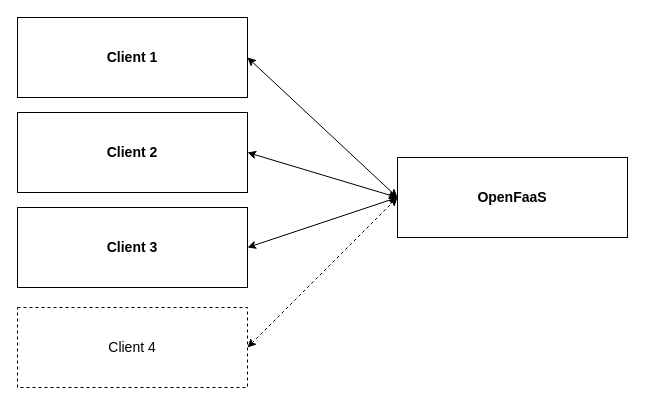
The draw.io diagram drawio/OpenFaaSClients.drawio in JadKHaddad/Openfaas-Performance-Testing-as-a-Service, before the edit. Source tidied: cells renumbered, new cells numbered last; positions are measured from the earlier drawing's top-left corner, leaving out a move shared by most shapes. Both pictures are drawn from the tidied source at 100%, with x=0, y=0 at pixel (17, 17).
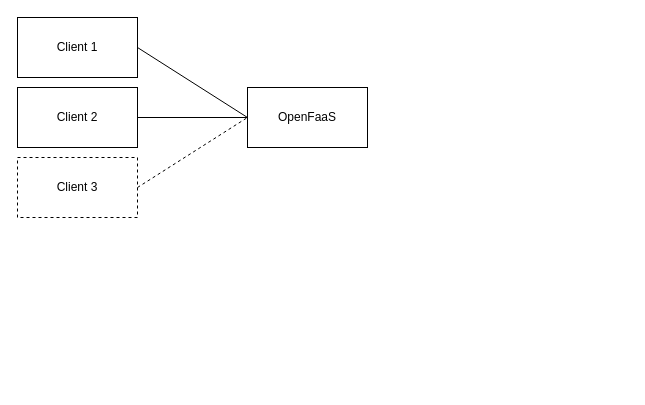
The same diagram, later.

The edit, as a diff of the source:
```diff
@@
 <mxGraphModel>
   <root>
     <mxCell id="0" />
     <mxCell id="1" parent="0" />
+    <mxCell id="5" value="OpenFaaS" style="rounded=0;whiteSpace=wrap;html=1;fillColor=none;" parent="1" vertex="1">
+      <mxGeometry x="230" y="70" width="120" height="60" as="geometry" />
+    </mxCell>
-    <mxCell id="2" value="Client 1" style="rounded=0;whiteSpace=wrap;html=1;fontStyle=1;fontSize=14;fillColor=none;" parent="1" vertex="1">
-      <mxGeometry width="230" height="80" as="geometry" />
+    <mxCell id="2" value="Client 1" style="rounded=0;whiteSpace=wrap;html=1;fillColor=none;" parent="1" vertex="1">
+      <mxGeometry width="120" height="60" as="geometry" />
     </mxCell>
-    <mxCell id="3" value="Client 2" style="rounded=0;whiteSpace=wrap;html=1;fontStyle=1;fontSize=14;fillColor=none;" parent="1" vertex="1">
-      <mxGeometry y="95" width="230" height="80" as="geometry" />
+    <mxCell id="3" value="Client 2" style="rounded=0;whiteSpace=wrap;html=1;fillColor=none;" parent="1" vertex="1">
+      <mxGeometry y="70" width="120" height="60" as="geometry" />
     </mxCell>
-    <mxCell id="4" value="Client 3" style="rounded=0;whiteSpace=wrap;html=1;fontStyle=1;fontSize=14;fillColor=none;" parent="1" vertex="1">
-      <mxGeometry y="190" width="230" height="80" as="geometry" />
+    <mxCell id="4" value="Client 3" style="rounded=0;whiteSpace=wrap;html=1;fillColor=none;dashed=1;" parent="1" vertex="1">
+      <mxGeometry y="140" width="120" height="60" as="geometry" />
     </mxCell>
-    <mxCell id="5" value="OpenFaaS" style="rounded=0;whiteSpace=wrap;html=1;fontStyle=1;fontSize=14;fillColor=none;" parent="1" vertex="1">
-      <mxGeometry x="380" y="140" width="230" height="80" as="geometry" />
-    </mxCell>
-    <mxCell id="6" style="endArrow=classic;startArrow=classic;html=1;rounded=0;fontSize=14;entryX=0;entryY=0.5;entryDx=0;entryDy=0;exitX=1;exitY=0.5;exitDx=0;exitDy=0;" parent="1" edge="1" source="2" target="5">
+    <mxCell id="6" style="endArrow=none;html=1;rounded=0;exitX=1;exitY=0.5;exitDx=0;exitDy=0;entryX=0;entryY=0.5;entryDx=0;entryDy=0;" parent="1" edge="1" source="2" target="5">
       <mxGeometry relative="1" as="geometry" />
     </mxCell>
-    <mxCell id="7" style="endArrow=classic;startArrow=classic;html=1;rounded=0;fontSize=14;exitX=1;exitY=0.5;exitDx=0;exitDy=0;entryX=0;entryY=0.5;entryDx=0;entryDy=0;" parent="1" edge="1" source="3" target="5">
+    <mxCell id="7" style="endArrow=none;html=1;rounded=0;exitX=1;exitY=0.5;exitDx=0;exitDy=0;entryX=0;entryY=0.5;entryDx=0;entryDy=0;" parent="1" edge="1" source="3" target="5">
       <mxGeometry relative="1" as="geometry" />
     </mxCell>
-    <mxCell id="8" style="endArrow=classic;startArrow=classic;html=1;rounded=0;fontSize=14;entryX=0;entryY=0.5;entryDx=0;entryDy=0;exitX=1;exitY=0.5;exitDx=0;exitDy=0;" parent="1" edge="1" source="4" target="5">
+    <mxCell id="8" style="endArrow=none;dashed=1;html=1;rounded=0;exitX=1;exitY=0.5;exitDx=0;exitDy=0;entryX=0;entryY=0.5;entryDx=0;entryDy=0;" parent="1" edge="1" source="4" target="5">
       <mxGeometry relative="1" as="geometry" />
     </mxCell>
-    <mxCell id="9" value="&lt;span style=&quot;font-weight: normal&quot;&gt;Client 4&lt;/span&gt;" style="rounded=0;whiteSpace=wrap;html=1;fontStyle=1;fontSize=14;fillColor=none;dashed=1;" parent="1" vertex="1">
-      <mxGeometry y="290" width="230" height="80" as="geometry" />
-    </mxCell>
-    <mxCell id="10" style="endArrow=classic;startArrow=classic;html=1;rounded=0;fontSize=14;entryX=0;entryY=0.5;entryDx=0;entryDy=0;exitX=1;exitY=0.5;exitDx=0;exitDy=0;dashed=1;" parent="1" edge="1" source="9" target="5">
-      <mxGeometry relative="1" as="geometry" />
-    </mxCell>
   </root>
 </mxGraphModel>
```
